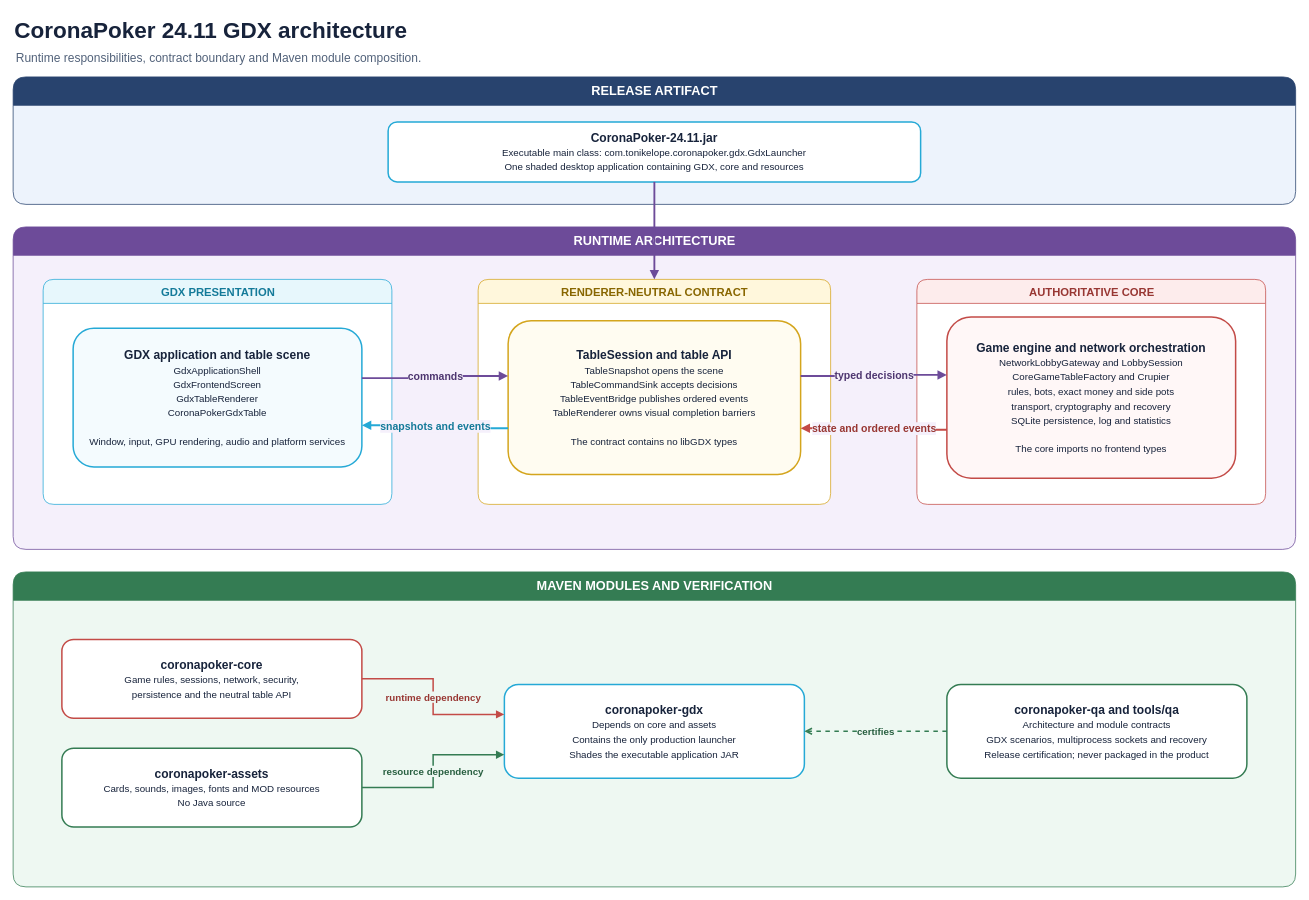
Above: docs/diagrams/coronapoker-module-map.drawio in tonikelope/coronapoker (draw.io), before the change. Source tidied: cells renumbered, new cells numbered last; positions are measured from the earlier drawing's top-left corner, leaving out a move shared by most shapes. Both pictures are drawn from the tidied source at 75%, with x=0, y=0 at pixel (13, 13).
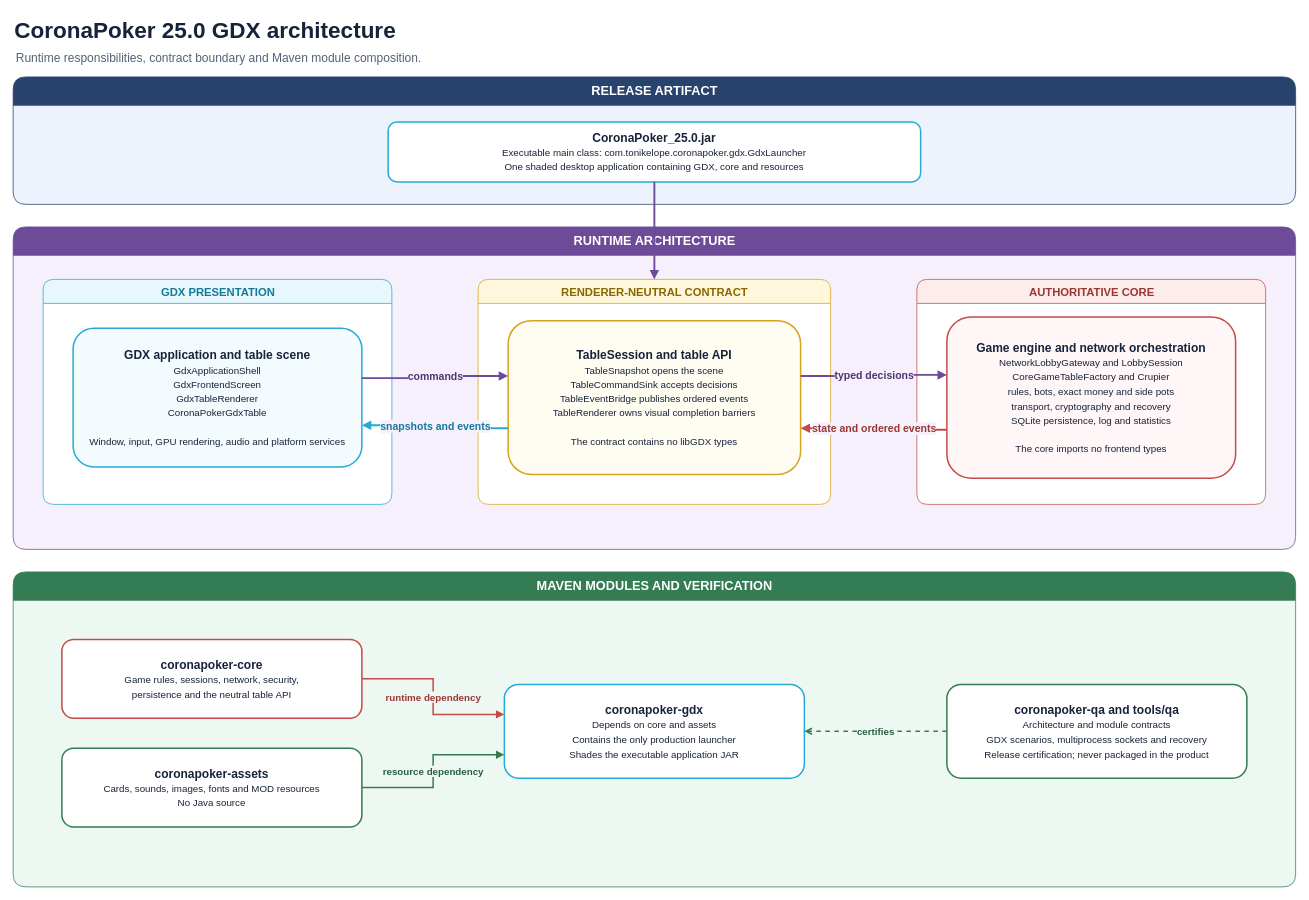
The same page after the edit.

Diff of the diagram source:
```diff
@@
-    <mxCell id="2" value="CoronaPoker 24.11 GDX architecture" style="text;html=1;strokeColor=none;fillColor=none;align=left;verticalAlign=middle;fontSize=30;fontStyle=1;fontColor=#17233B;" parent="1" vertex="1">
+    <mxCell id="2" value="CoronaPoker 25.0 GDX architecture" style="text;html=1;strokeColor=none;fillColor=none;align=left;verticalAlign=middle;fontSize=30;fontStyle=1;fontColor=#17233B;" parent="1" vertex="1">
       <mxGeometry width="1050" height="45" as="geometry" />
     </mxCell>
@@
-    <mxCell id="5" value="&lt;b&gt;CoronaPoker-24.11.jar&lt;/b&gt;&lt;br&gt;&lt;font size=&quot;2&quot;&gt;Executable main class: com.tonikelope.coronapoker.gdx.GdxLauncher&lt;br&gt;One shaded desktop application containing GDX, core and resources&lt;/font&gt;" style="rounded=1;whiteSpace=wrap;html=1;fillColor=#FFFFFF;strokeColor=#25A9D6;strokeWidth=2;fontColor=#17233B;fontSize=16;" parent="1" vertex="1">
+    <mxCell id="5" value="&lt;b&gt;CoronaPoker_25.0.jar&lt;/b&gt;&lt;br&gt;&lt;font size=&quot;2&quot;&gt;Executable main class: com.tonikelope.coronapoker.gdx.GdxLauncher&lt;br&gt;One shaded desktop application containing GDX, core and resources&lt;/font&gt;" style="rounded=1;whiteSpace=wrap;html=1;fillColor=#FFFFFF;strokeColor=#25A9D6;strokeWidth=2;fontColor=#17233B;fontSize=16;" parent="1" vertex="1">
       <mxGeometry x="500" y="145" width="710" height="80" as="geometry" />
     </mxCell>
```
